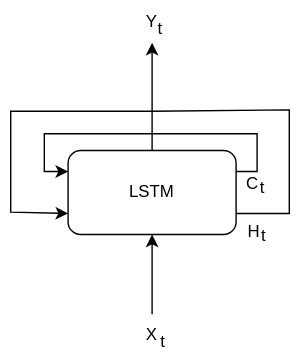
The draw.io diagram diplom/images/LSTMBlackBox.svg in Lenonim/DiplomPasterisator, before a commit. Source tidied: cells renumbered, new cells last; positions are measured from the earlier drawing's top-left corner, leaving out a move shared by most shapes.
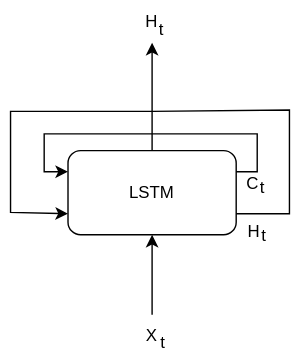
Later version of the same file.

Change to the diagram source:
```diff
@@ -14,11 +14,11 @@
     <mxCell id="5" style="endArrow=classic;html=1;rounded=0;exitX=0.5;exitY=0;exitDx=0;exitDy=0;entryX=0.5;entryY=1;entryDx=0;entryDy=0;" parent="1" edge="1" source="3" target="2">
       <mxGeometry relative="1" as="geometry" />
     </mxCell>
-    <mxCell id="6" value="Y" style="text;html=1;align=center;verticalAlign=middle;whiteSpace=wrap;rounded=0;" parent="1" vertex="1">
+    <mxCell id="6" value="H" style="text;html=1;align=center;verticalAlign=middle;whiteSpace=wrap;rounded=0;" parent="1" vertex="1">
       <mxGeometry x="71" width="60" height="30" as="geometry" />
     </mxCell>
     <mxCell id="7" value="t" style="text;html=1;align=center;verticalAlign=middle;whiteSpace=wrap;rounded=0;" parent="1" vertex="1">
-      <mxGeometry x="77" y="5" width="60" height="30" as="geometry" />
+      <mxGeometry x="78" y="6" width="60" height="30" as="geometry" />
     </mxCell>
     <mxCell id="8" style="endArrow=classic;html=1;rounded=0;exitX=1;exitY=0.25;exitDx=0;exitDy=0;entryX=0;entryY=0.25;entryDx=0;entryDy=0;" parent="1" edge="1" source="2" target="2">
       <mxGeometry relative="1" as="geometry">
```
